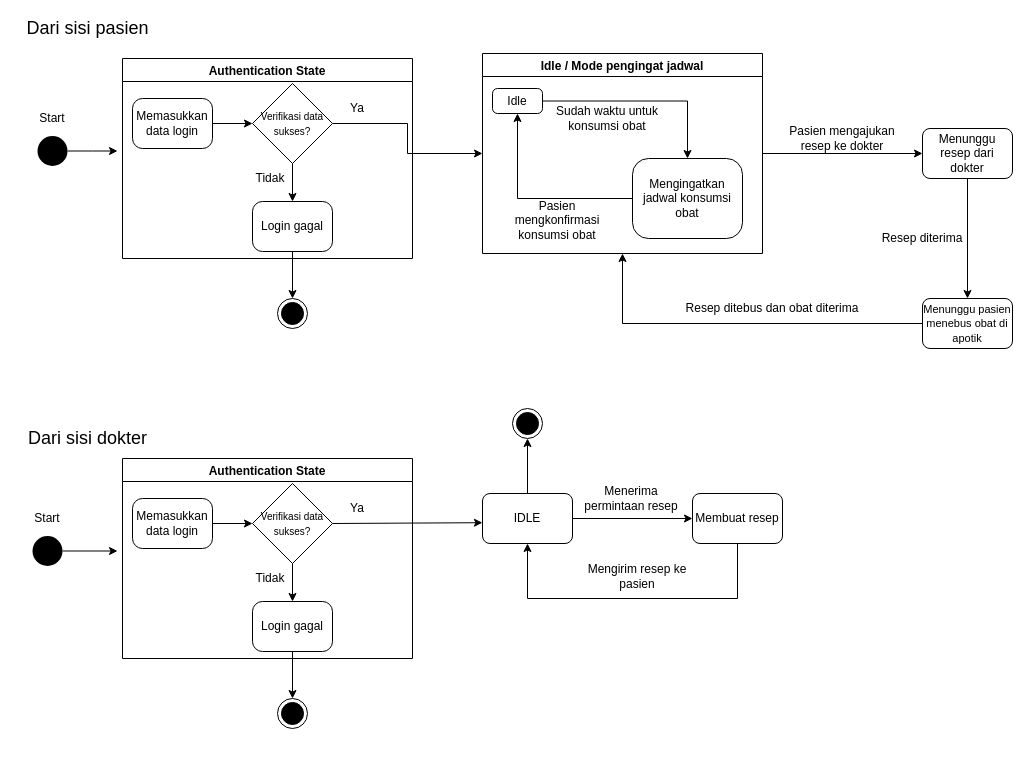
Before: State Diagram.drawio in WidadAbida/Praktikum-PPL, a draw.io diagram. Source tidied: cells renumbered, new cells numbered last; positions are measured from the earlier drawing's top-left corner, leaving out a move shared by most shapes. Both pictures are drawn from the tidied source at 100%, with x=0, y=0 at pixel (17, 18).
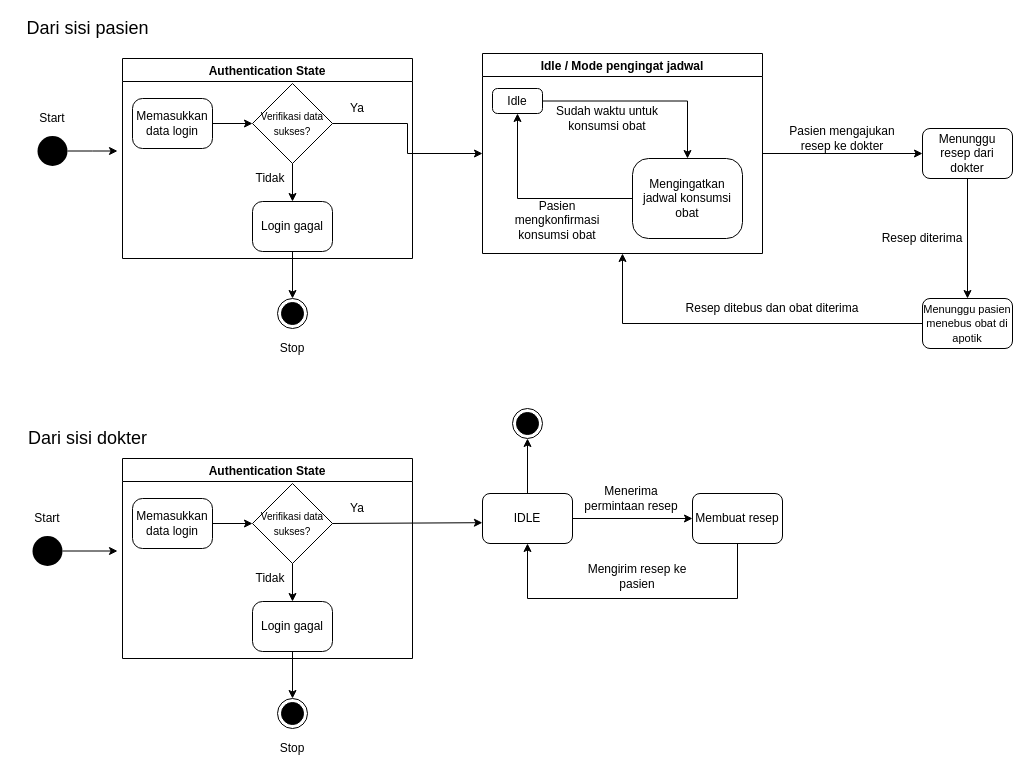
Above is the later version.

Diff of the diagram source:
```diff
@@
+    <mxCell id="55" value="Stop" style="text;html=1;strokeColor=none;fillColor=none;align=center;verticalAlign=middle;whiteSpace=wrap;rounded=0;" parent="1" vertex="1">
+      <mxGeometry x="255" y="720" width="40" height="20" as="geometry" />
+    </mxCell>
+    <mxCell id="56" value="Stop" style="text;html=1;strokeColor=none;fillColor=none;align=center;verticalAlign=middle;whiteSpace=wrap;rounded=0;" parent="1" vertex="1">
+      <mxGeometry x="255" y="320" width="40" height="20" as="geometry" />
+    </mxCell>
```
